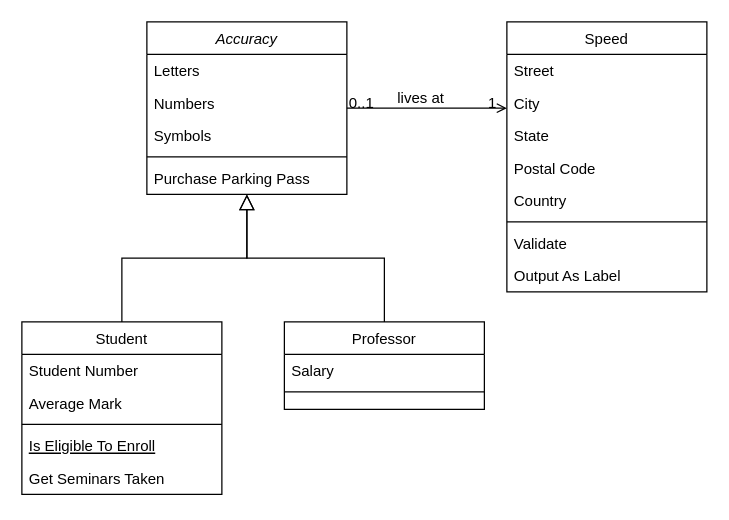
Above: Untitled Diagram.drawio in UsuaOSilver/CSCI430 (draw.io), before the change. Source tidied: cells renumbered, new cells numbered last; positions are measured from the earlier drawing's top-left corner, leaving out a move shared by most shapes. Both pictures are drawn from the tidied source at 125%, with x=0, y=0 at pixel (21, 21).
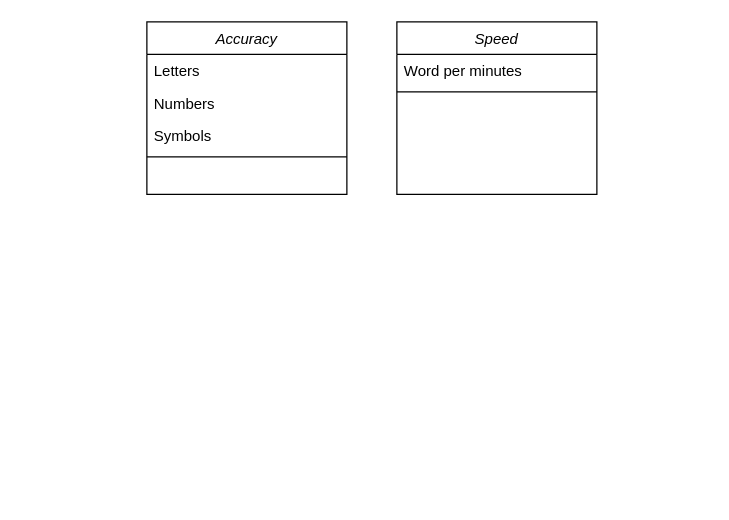
The same diagram, later.

The change refers to these unchanged cells:
```xml
<mxCell id="2" value="Accuracy" style="swimlane;fontStyle=2;align=center;verticalAlign=top;horizontal=1;startSize=26;rounded=0;shadow=0;strokeWidth=1;" parent="1" vertex="1">
  <mxGeometry x="100" width="160" height="138" as="geometry" />
</mxCell>
```

Change to the diagram source:
```diff
@@
-    <mxCell id="7" value="Purchase Parking Pass" style="text;align=left;verticalAlign=top;spacingLeft=4;spacingRight=4;overflow=hidden;" parent="2" vertex="1">
-      <mxGeometry y="112" width="160" height="26" as="geometry" />
-    </mxCell>
-    <mxCell id="8" value="Student" style="swimlane;fontStyle=0;align=center;verticalAlign=top;horizontal=1;startSize=26;rounded=0;shadow=0;strokeWidth=1;" parent="1" vertex="1">
-      <mxGeometry y="240" width="160" height="138" as="geometry" />
-    </mxCell>
-    <mxCell id="9" value="Student Number" style="text;align=left;verticalAlign=top;spacingLeft=4;spacingRight=4;overflow=hidden;" parent="8" vertex="1">
-      <mxGeometry y="26" width="160" height="26" as="geometry" />
-    </mxCell>
-    <mxCell id="10" value="Average Mark" style="text;align=left;verticalAlign=top;spacingLeft=4;spacingRight=4;overflow=hidden;rounded=0;shadow=0;html=0;" parent="8" vertex="1">
-      <mxGeometry y="52" width="160" height="26" as="geometry" />
-    </mxCell>
-    <mxCell id="11" style="line;html=1;strokeWidth=1;align=left;verticalAlign=middle;spacingTop=-1;spacingLeft=3;spacingRight=3;labelPosition=right;" parent="8" vertex="1">
-      <mxGeometry y="78" width="160" height="8" as="geometry" />
-    </mxCell>
-    <mxCell id="12" value="Is Eligible To Enroll" style="text;align=left;verticalAlign=top;spacingLeft=4;spacingRight=4;overflow=hidden;fontStyle=4;" parent="8" vertex="1">
-      <mxGeometry y="86" width="160" height="26" as="geometry" />
-    </mxCell>
-    <mxCell id="13" value="Get Seminars Taken" style="text;align=left;verticalAlign=top;spacingLeft=4;spacingRight=4;overflow=hidden;" parent="8" vertex="1">
-      <mxGeometry y="112" width="160" height="26" as="geometry" />
-    </mxCell>
-    <mxCell id="14" style="endArrow=block;endSize=10;endFill=0;shadow=0;strokeWidth=1;rounded=0;curved=0;edgeStyle=elbowEdgeStyle;elbow=vertical;" parent="1" edge="1" source="8" target="2">
-      <mxGeometry relative="1" as="geometry" />
-    </mxCell>
-    <mxCell id="15" value="Professor" style="swimlane;fontStyle=0;align=center;verticalAlign=top;horizontal=1;startSize=26;rounded=0;shadow=0;strokeWidth=1;" parent="1" vertex="1">
-      <mxGeometry x="210" y="240" width="160" height="70" as="geometry" />
-    </mxCell>
-    <mxCell id="16" value="Salary" style="text;align=left;verticalAlign=top;spacingLeft=4;spacingRight=4;overflow=hidden;" parent="15" vertex="1">
-      <mxGeometry y="26" width="160" height="26" as="geometry" />
-    </mxCell>
+    <mxCell id="19" value="Speed" style="swimlane;fontStyle=2;align=center;verticalAlign=top;horizontal=1;startSize=26;rounded=0;shadow=0;strokeWidth=1;" parent="1" vertex="1">
+      <mxGeometry x="300" width="160" height="138" as="geometry" />
+    </mxCell>
+    <mxCell id="32" value="Word per minutes" style="text;align=left;verticalAlign=top;spacingLeft=4;spacingRight=4;overflow=hidden;" parent="19" vertex="1">
+      <mxGeometry y="26" width="160" height="26" as="geometry" />
+    </mxCell>
-    <mxCell id="17" style="line;html=1;strokeWidth=1;align=left;verticalAlign=middle;spacingTop=-1;spacingLeft=3;spacingRight=3;labelPosition=right;" parent="15" vertex="1">
+    <mxCell id="17" style="line;html=1;strokeWidth=1;align=left;verticalAlign=middle;spacingTop=-1;spacingLeft=3;spacingRight=3;labelPosition=right;" parent="19" vertex="1">
       <mxGeometry y="52" width="160" height="8" as="geometry" />
     </mxCell>
-    <mxCell id="18" style="endArrow=block;endSize=10;endFill=0;shadow=0;strokeWidth=1;rounded=0;curved=0;edgeStyle=elbowEdgeStyle;elbow=vertical;" parent="1" edge="1" source="15" target="2">
-      <mxGeometry relative="1" as="geometry" />
-    </mxCell>
-    <mxCell id="19" value="Speed" style="swimlane;fontStyle=0;align=center;verticalAlign=top;horizontal=1;startSize=26;rounded=0;shadow=0;strokeWidth=1;" parent="1" vertex="1">
-      <mxGeometry x="388" width="160" height="216" as="geometry" />
-    </mxCell>
-    <mxCell id="20" value="Street" style="text;align=left;verticalAlign=top;spacingLeft=4;spacingRight=4;overflow=hidden;" parent="19" vertex="1">
-      <mxGeometry y="26" width="160" height="26" as="geometry" />
-    </mxCell>
-    <mxCell id="21" value="City" style="text;align=left;verticalAlign=top;spacingLeft=4;spacingRight=4;overflow=hidden;rounded=0;shadow=0;html=0;" parent="19" vertex="1">
-      <mxGeometry y="52" width="160" height="26" as="geometry" />
-    </mxCell>
-    <mxCell id="22" value="State" style="text;align=left;verticalAlign=top;spacingLeft=4;spacingRight=4;overflow=hidden;rounded=0;shadow=0;html=0;" parent="19" vertex="1">
-      <mxGeometry y="78" width="160" height="26" as="geometry" />
-    </mxCell>
-    <mxCell id="23" value="Postal Code" style="text;align=left;verticalAlign=top;spacingLeft=4;spacingRight=4;overflow=hidden;rounded=0;shadow=0;html=0;" parent="19" vertex="1">
-      <mxGeometry y="104" width="160" height="26" as="geometry" />
-    </mxCell>
-    <mxCell id="24" value="Country" style="text;align=left;verticalAlign=top;spacingLeft=4;spacingRight=4;overflow=hidden;rounded=0;shadow=0;html=0;" parent="19" vertex="1">
-      <mxGeometry y="130" width="160" height="26" as="geometry" />
-    </mxCell>
-    <mxCell id="25" style="line;html=1;strokeWidth=1;align=left;verticalAlign=middle;spacingTop=-1;spacingLeft=3;spacingRight=3;labelPosition=right;" parent="19" vertex="1">
-      <mxGeometry y="156" width="160" height="8" as="geometry" />
-    </mxCell>
-    <mxCell id="26" value="Validate" style="text;align=left;verticalAlign=top;spacingLeft=4;spacingRight=4;overflow=hidden;" parent="19" vertex="1">
-      <mxGeometry y="164" width="160" height="26" as="geometry" />
-    </mxCell>
-    <mxCell id="27" value="Output As Label" style="text;align=left;verticalAlign=top;spacingLeft=4;spacingRight=4;overflow=hidden;" parent="19" vertex="1">
-      <mxGeometry y="190" width="160" height="26" as="geometry" />
-    </mxCell>
-    <mxCell id="28" style="endArrow=open;shadow=0;strokeWidth=1;rounded=0;curved=0;endFill=1;edgeStyle=elbowEdgeStyle;elbow=vertical;" parent="1" edge="1" source="2" target="19">
-      <mxGeometry x="0.5" y="41" relative="1" as="geometry">
-        <mxPoint x="-40" y="32" as="offset" />
-      </mxGeometry>
-    </mxCell>
-    <mxCell id="29" value="0..1" style="align=left;verticalAlign=bottom;labelBackgroundColor=none;fontSize=12;" parent="28" vertex="1">
-      <mxGeometry x="-1" relative="1" as="geometry">
-        <mxPoint y="4" as="offset" />
-      </mxGeometry>
-    </mxCell>
-    <mxCell id="30" value="1" style="align=right;verticalAlign=bottom;labelBackgroundColor=none;fontSize=12;" parent="28" vertex="1">
-      <mxGeometry x="1" relative="1" as="geometry">
-        <mxPoint x="-7" y="4" as="offset" />
-      </mxGeometry>
-    </mxCell>
-    <mxCell id="31" value="lives at" style="text;html=1;align=center;verticalAlign=middle;labelBackgroundColor=none;rounded=0;shadow=0;strokeWidth=1;fontSize=12;" parent="28" vertex="1">
-      <mxGeometry x="0.5" y="49" relative="1" as="geometry">
-        <mxPoint x="-38" y="40" as="offset" />
-      </mxGeometry>
-    </mxCell>
```
